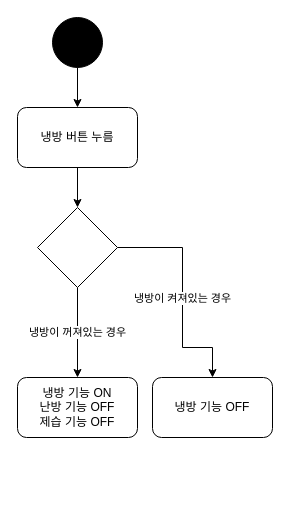
Before: zipgwow.drawio in ONFFLine/Diagram, a draw.io diagram. Source tidied: cells renumbered, new cells numbered last; positions are measured from the earlier drawing's top-left corner, leaving out a move shared by most shapes. Both pictures are drawn from the tidied source at 100%, with x=0, y=0 at pixel (17, 17).
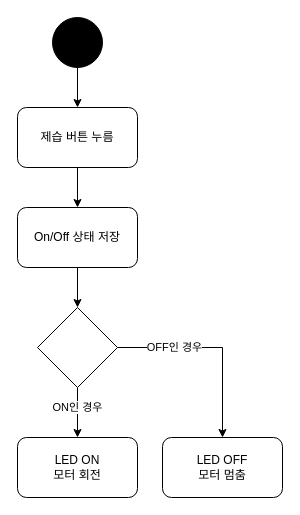
After the change.

What changed in the source:
```diff
@@
 <mxGraphModel>
   <root>
     <mxCell id="0" />
     <mxCell id="1" parent="0" />
     <mxCell id="2" style="edgeStyle=orthogonalEdgeStyle;rounded=0;jettySize=auto;html=1;" parent="1" edge="1" source="3" target="5">
       <mxGeometry relative="1" as="geometry" />
     </mxCell>
     <mxCell id="3" style="ellipse;whiteSpace=wrap;html=1;fillColor=#000000;" parent="1" vertex="1">
       <mxGeometry x="35" width="50" height="50" as="geometry" />
     </mxCell>
-    <mxCell id="4" style="edgeStyle=orthogonalEdgeStyle;rounded=0;jettySize=auto;html=1;" parent="1" edge="1" source="5" target="8">
+    <mxCell id="4" style="edgeStyle=orthogonalEdgeStyle;rounded=0;jettySize=auto;html=1;" parent="1" edge="1" source="5" target="12">
       <mxGeometry relative="1" as="geometry" />
     </mxCell>
-    <mxCell id="5" value="냉방 버튼 누름" style="rounded=1;whiteSpace=wrap;html=1;fillColor=#FFFFFF;" parent="1" vertex="1">
+    <mxCell id="5" value="제습 버튼 누름" style="rounded=1;whiteSpace=wrap;html=1;fillColor=#FFFFFF;" parent="1" vertex="1">
       <mxGeometry y="90" width="120" height="60" as="geometry" />
     </mxCell>
-    <mxCell id="6" value="냉방이 켜져있는 경우" style="edgeStyle=orthogonalEdgeStyle;rounded=0;jettySize=auto;html=1;" parent="1" edge="1" source="8" target="10">
-      <mxGeometry x="0.03" relative="1" as="geometry">
-        <Array as="points">
-          <mxPoint x="165" y="230" />
-          <mxPoint x="165" y="330" />
-          <mxPoint x="195" y="330" />
-        </Array>
-      </mxGeometry>
-    </mxCell>
-    <mxCell id="7" value="냉방이 꺼져있는 경우" style="edgeStyle=orthogonalEdgeStyle;rounded=0;jettySize=auto;html=1;entryX=0.5;entryY=0;entryDx=0;entryDy=0;" parent="1" edge="1" source="8" target="9">
-      <mxGeometry relative="1" as="geometry" />
-    </mxCell>
-    <mxCell id="8" style="rhombus;whiteSpace=wrap;html=1;fillColor=#FFFFFF;" parent="1" vertex="1">
-      <mxGeometry x="20" y="190" width="80" height="80" as="geometry" />
-    </mxCell>
-    <mxCell id="9" value="냉방 기능 ON&lt;br&gt;난방 기능 OFF&lt;br&gt;제습 기능 OFF" style="rounded=1;whiteSpace=wrap;html=1;fillColor=#FFFFFF;" parent="1" vertex="1">
-      <mxGeometry y="360" width="120" height="60" as="geometry" />
-    </mxCell>
-    <mxCell id="10" value="냉방 기능 OFF" style="rounded=1;whiteSpace=wrap;html=1;fillColor=#FFFFFF;" parent="1" vertex="1">
-      <mxGeometry x="135" y="360" width="120" height="60" as="geometry" />
-    </mxCell>
+    <mxCell id="11" style="edgeStyle=orthogonalEdgeStyle;rounded=0;jettySize=auto;html=1;" parent="1" edge="1" source="12" target="15">
+      <mxGeometry relative="1" as="geometry" />
+    </mxCell>
+    <mxCell id="12" value="On/Off 상태 저장" style="rounded=1;whiteSpace=wrap;html=1;fillColor=#FFFFFF;" parent="1" vertex="1">
+      <mxGeometry y="190" width="120" height="60" as="geometry" />
+    </mxCell>
+    <mxCell id="13" value="ON인 경우" style="edgeStyle=orthogonalEdgeStyle;rounded=0;jettySize=auto;html=1;" parent="1" edge="1" source="15">
+      <mxGeometry x="-0.2" relative="1" as="geometry">
+        <mxPoint x="60" y="420" as="targetPoint" />
+      </mxGeometry>
+    </mxCell>
+    <mxCell id="14" value="OFF인 경우" style="edgeStyle=orthogonalEdgeStyle;rounded=0;jettySize=auto;html=1;" parent="1" edge="1" source="15" target="17">
+      <mxGeometry x="-0.42" relative="1" as="geometry">
+        <Array as="points">
+          <mxPoint x="205" y="330" />
+        </Array>
+      </mxGeometry>
+    </mxCell>
+    <mxCell id="15" style="rhombus;whiteSpace=wrap;html=1;fillColor=#FFFFFF;" parent="1" vertex="1">
+      <mxGeometry x="20" y="290" width="80" height="80" as="geometry" />
+    </mxCell>
+    <mxCell id="16" value="LED ON&lt;br&gt;모터 회전" style="rounded=1;whiteSpace=wrap;html=1;fillColor=#FFFFFF;" parent="1" vertex="1">
+      <mxGeometry y="420" width="120" height="60" as="geometry" />
+    </mxCell>
+    <mxCell id="17" value="LED OFF&lt;br&gt;모터 멈춤" style="rounded=1;whiteSpace=wrap;html=1;fillColor=#FFFFFF;" parent="1" vertex="1">
+      <mxGeometry x="145" y="420" width="120" height="60" as="geometry" />
+    </mxCell>
   </root>
 </mxGraphModel>
```
